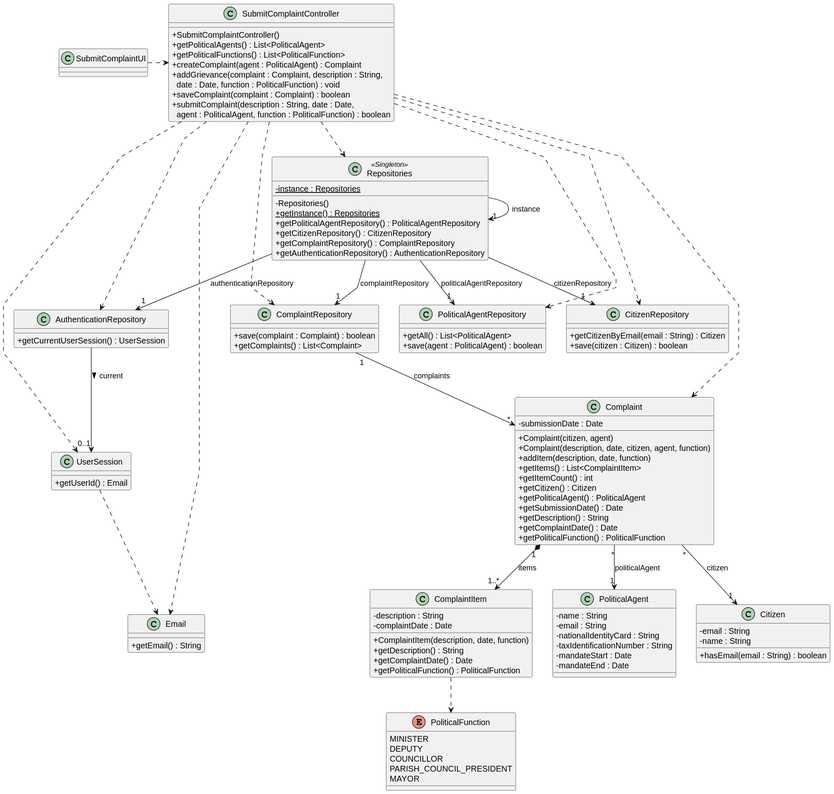
Before: docs/system-documentation/US12/03.design/svg/US12-CD.svg, a diagram exported from PlantUML (brunodspinto/crystal-clear-platform). Its source is kept beside it as docs/system-documentation/US12/03.design/puml/US12-CD.puml.
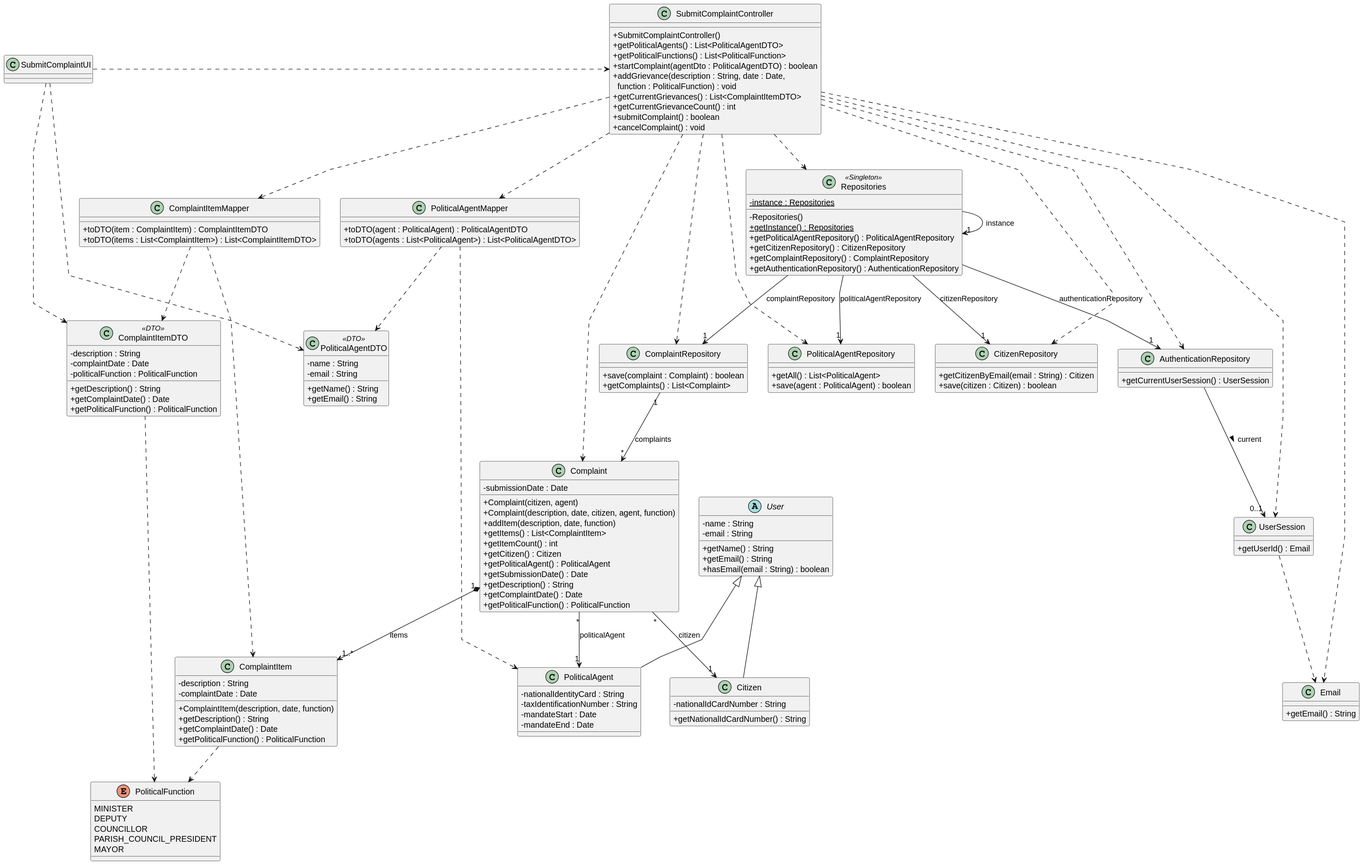
Later version of the same file.

What changed in the source:
```diff
@@ -9,12 +9,40 @@
 
 class SubmitComplaintController {
     + SubmitComplaintController()
-    + getPoliticalAgents() : List<PoliticalAgent>
+    + getPoliticalAgents() : List<PoliticalAgentDTO>
     + getPoliticalFunctions() : List<PoliticalFunction>
-    + createComplaint(agent : PoliticalAgent) : Complaint
-    + addGrievance(complaint : Complaint, description : String,\n  date : Date, function : PoliticalFunction) : void
-    + saveComplaint(complaint : Complaint) : boolean
-    + submitComplaint(description : String, date : Date,\n  agent : PoliticalAgent, function : PoliticalFunction) : boolean
+    + startComplaint(agentDto : PoliticalAgentDTO) : boolean
+    + addGrievance(description : String, date : Date,\n  function : PoliticalFunction) : void
+    + getCurrentGrievances() : List<ComplaintItemDTO>
+    + getCurrentGrievanceCount() : int
+    + submitComplaint() : boolean
+    + cancelComplaint() : void
+}
+
+class PoliticalAgentDTO <<DTO>> {
+    - name : String
+    - email : String
+    + getName() : String
+    + getEmail() : String
+}
+
+class ComplaintItemDTO <<DTO>> {
+    - description : String
+    - complaintDate : Date
+    - politicalFunction : PoliticalFunction
+    + getDescription() : String
+    + getComplaintDate() : Date
+    + getPoliticalFunction() : PoliticalFunction
+}
+
+class PoliticalAgentMapper {
+    + toDTO(agent : PoliticalAgent) : PoliticalAgentDTO
+    + toDTO(agents : List<PoliticalAgent>) : List<PoliticalAgentDTO>
+}
+
+class ComplaintItemMapper {
+    + toDTO(item : ComplaintItem) : ComplaintItemDTO
+    + toDTO(items : List<ComplaintItem>) : List<ComplaintItemDTO>
 }
 
 class Repositories <<Singleton>> {
@@ -78,9 +106,15 @@
     + getPoliticalFunction() : PoliticalFunction
 }
 
-class PoliticalAgent {
+abstract class User {
     - name : String
     - email : String
+    + getName() : String
+    + getEmail() : String
+    + hasEmail(email : String) : boolean
+}
+
+class PoliticalAgent {
     - nationalIdentityCard : String
     - taxIdentificationNumber : String
     - mandateStart : Date
@@ -88,10 +122,12 @@
 }
 
 class Citizen {
-    - email : String
-    - name : String
-    + hasEmail(email : String) : boolean
+    - nationalIdCardNumber : String
+    + getNationalIdCardNumber() : String
 }
+
+User <|-- PoliticalAgent
+User <|-- Citizen
 
 enum PoliticalFunction {
     MINISTER
@@ -102,6 +138,8 @@
 }
 
 SubmitComplaintUI .> SubmitComplaintController
+SubmitComplaintUI ..> PoliticalAgentDTO
+SubmitComplaintUI ..> ComplaintItemDTO
 
 SubmitComplaintController ..> Repositories
 SubmitComplaintController ..> PoliticalAgentRepository
@@ -111,6 +149,14 @@
 SubmitComplaintController ..> UserSession
 SubmitComplaintController ..> Email
 SubmitComplaintController ..> Complaint
+SubmitComplaintController ..> PoliticalAgentMapper
+SubmitComplaintController ..> ComplaintItemMapper
+
+PoliticalAgentMapper ..> PoliticalAgent
+PoliticalAgentMapper ..> PoliticalAgentDTO
+ComplaintItemMapper ..> ComplaintItem
+ComplaintItemMapper ..> ComplaintItemDTO
+ComplaintItemDTO ..> PoliticalFunction
 
 Repositories -> "1" Repositories : instance
 Repositories --> "1" PoliticalAgentRepository : politicalAgentRepository
```
